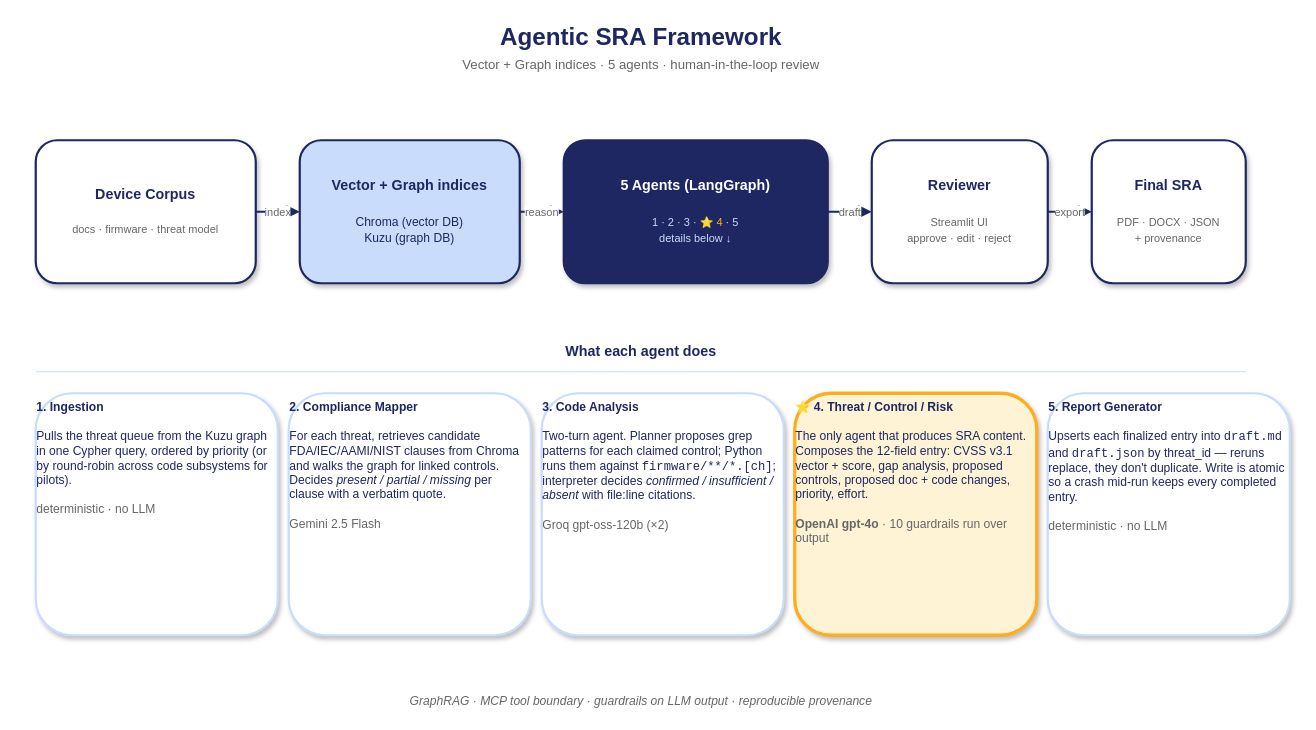
Above: docs/architecture_diagram.drawio in balajibankapur/agentic-sra-framework (draw.io), before the change. Source tidied: cells renumbered, new cells numbered last; positions are measured from the earlier drawing's top-left corner, leaving out a move shared by most shapes. Both pictures are drawn from the tidied source at 110%, with x=0, y=0 at pixel (35, 19).
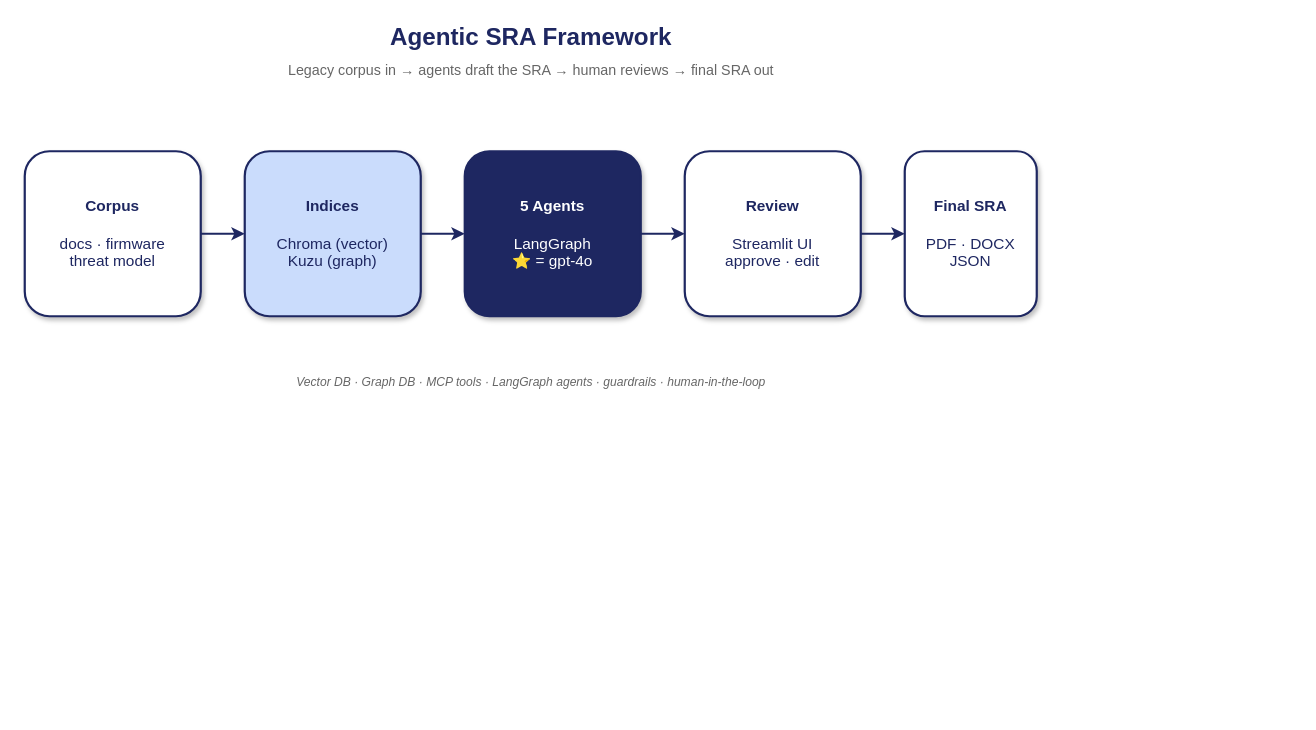
The same diagram, later.

What changed in the source:
```diff
@@
     <mxCell id="2" value="Agentic SRA Framework" style="text;html=1;strokeColor=none;fillColor=none;align=center;verticalAlign=middle;fontSize=22;fontStyle=1;fontColor=#1E2761;" parent="1" vertex="1">
-      <mxGeometry x="150" width="800" height="34" as="geometry" />
+      <mxGeometry x="50" width="800" height="34" as="geometry" />
     </mxCell>
-    <mxCell id="3" value="Vector + Graph indices · 5 agents · human-in-the-loop review" style="text;html=1;strokeColor=none;fillColor=none;align=center;verticalAlign=middle;fontSize=12;fontColor=#666666;" parent="1" vertex="1">
-      <mxGeometry x="150" y="32" width="800" height="20" as="geometry" />
+    <mxCell id="3" value="Legacy corpus in  →  agents draft the SRA  →  human reviews  →  final SRA out" style="text;html=1;strokeColor=none;fillColor=none;align=center;verticalAlign=middle;fontSize=13;fontColor=#666;" parent="1" vertex="1">
+      <mxGeometry x="50" y="36" width="800" height="20" as="geometry" />
     </mxCell>
-    <mxCell id="4" value="&lt;b&gt;Device Corpus&lt;/b&gt;&lt;br/&gt;&lt;br/&gt;&lt;font style=&quot;font-size:10px;color:#666&quot;&gt;docs · firmware · threat model&lt;/font&gt;" style="rounded=1;whiteSpace=wrap;html=1;fillColor=#FFFFFF;strokeColor=#1E2761;strokeWidth=2;fontColor=#1E2761;fontSize=13;verticalAlign=middle;shadow=1;" parent="1" vertex="1">
-      <mxGeometry y="110" width="200" height="130" as="geometry" />
+    <mxCell id="4" value="&lt;b&gt;Corpus&lt;/b&gt;&lt;br/&gt;&lt;br/&gt;docs · firmware&lt;br/&gt;threat model" style="rounded=1;whiteSpace=wrap;html=1;fillColor=#FFFFFF;strokeColor=#1E2761;strokeWidth=2;fontColor=#1E2761;fontSize=14;verticalAlign=middle;shadow=1;" parent="1" vertex="1">
+      <mxGeometry x="-10" y="120" width="160" height="150" as="geometry" />
     </mxCell>
-    <mxCell id="5" value="&lt;b&gt;Vector + Graph indices&lt;/b&gt;&lt;br/&gt;&lt;br/&gt;&lt;font style=&quot;font-size:11px;color:#1E2761&quot;&gt;Chroma (vector DB)&lt;br/&gt;Kuzu (graph DB)&lt;/font&gt;" style="rounded=1;whiteSpace=wrap;html=1;fillColor=#CADCFC;strokeColor=#1E2761;strokeWidth=2;fontColor=#1E2761;fontSize=13;verticalAlign=middle;shadow=1;" parent="1" vertex="1">
-      <mxGeometry x="240" y="110" width="200" height="130" as="geometry" />
+    <mxCell id="5" value="&lt;b&gt;Indices&lt;/b&gt;&lt;br/&gt;&lt;br/&gt;Chroma (vector)&lt;br/&gt;Kuzu (graph)" style="rounded=1;whiteSpace=wrap;html=1;fillColor=#CADCFC;strokeColor=#1E2761;strokeWidth=2;fontColor=#1E2761;fontSize=14;verticalAlign=middle;shadow=1;" parent="1" vertex="1">
+      <mxGeometry x="190" y="120" width="160" height="150" as="geometry" />
     </mxCell>
-    <mxCell id="6" value="&lt;b&gt;5 Agents (LangGraph)&lt;/b&gt;&lt;br/&gt;&lt;br/&gt;&lt;font style=&quot;font-size:10px;color:#CADCFC&quot;&gt;1 · 2 · 3 · &lt;font color=&quot;#FFAD1F&quot;&gt;⭐ 4&lt;/font&gt; · 5&lt;br/&gt;details below ↓&lt;/font&gt;" style="rounded=1;whiteSpace=wrap;html=1;fillColor=#1E2761;strokeColor=#1E2761;strokeWidth=2;fontColor=#FFFFFF;fontSize=13;verticalAlign=middle;shadow=1;" parent="1" vertex="1">
-      <mxGeometry x="480" y="110" width="240" height="130" as="geometry" />
+    <mxCell id="6" value="&lt;b&gt;5 Agents&lt;/b&gt;&lt;br/&gt;&lt;br/&gt;LangGraph&lt;br/&gt;⭐ = gpt-4o" style="rounded=1;whiteSpace=wrap;html=1;fillColor=#1E2761;strokeColor=#1E2761;strokeWidth=2;fontColor=#FFFFFF;fontSize=14;verticalAlign=middle;shadow=1;" parent="1" vertex="1">
+      <mxGeometry x="390" y="120" width="160" height="150" as="geometry" />
     </mxCell>
-    <mxCell id="7" value="&lt;b&gt;Reviewer&lt;/b&gt;&lt;br/&gt;&lt;br/&gt;&lt;font style=&quot;font-size:10px;color:#666&quot;&gt;Streamlit UI&lt;br/&gt;approve · edit · reject&lt;/font&gt;" style="rounded=1;whiteSpace=wrap;html=1;fillColor=#FFFFFF;strokeColor=#1E2761;strokeWidth=2;fontColor=#1E2761;fontSize=13;verticalAlign=middle;shadow=1;" parent="1" vertex="1">
-      <mxGeometry x="760" y="110" width="160" height="130" as="geometry" />
+    <mxCell id="7" value="&lt;b&gt;Review&lt;/b&gt;&lt;br/&gt;&lt;br/&gt;Streamlit UI&lt;br/&gt;approve · edit" style="rounded=1;whiteSpace=wrap;html=1;fillColor=#FFFFFF;strokeColor=#1E2761;strokeWidth=2;fontColor=#1E2761;fontSize=14;verticalAlign=middle;shadow=1;" parent="1" vertex="1">
+      <mxGeometry x="590" y="120" width="160" height="150" as="geometry" />
     </mxCell>
-    <mxCell id="8" value="&lt;b&gt;Final SRA&lt;/b&gt;&lt;br/&gt;&lt;br/&gt;&lt;font style=&quot;font-size:10px;color:#666&quot;&gt;PDF · DOCX · JSON&lt;br/&gt;+ provenance&lt;/font&gt;" style="rounded=1;whiteSpace=wrap;html=1;fillColor=#FFFFFF;strokeColor=#1E2761;strokeWidth=2;fontColor=#1E2761;fontSize=13;verticalAlign=middle;shadow=1;" parent="1" vertex="1">
-      <mxGeometry x="960" y="110" width="140" height="130" as="geometry" />
+    <mxCell id="8" value="&lt;b&gt;Final SRA&lt;/b&gt;&lt;br/&gt;&lt;br/&gt;PDF · DOCX&lt;br/&gt;JSON" style="rounded=1;whiteSpace=wrap;html=1;fillColor=#FFFFFF;strokeColor=#1E2761;strokeWidth=2;fontColor=#1E2761;fontSize=14;verticalAlign=middle;shadow=1;" parent="1" vertex="1">
+      <mxGeometry x="790" y="120" width="120" height="150" as="geometry" />
     </mxCell>
-    <mxCell id="9" value="index" style="edgeStyle=none;html=1;endArrow=classic;endFill=1;strokeColor=#1E2761;strokeWidth=2;fontSize=10;fontColor=#666;labelBackgroundColor=#FFFFFF;exitX=1;exitY=0.5;entryX=0;entryY=0.5;" parent="1" edge="1" source="4" target="5">
+    <mxCell id="9" style="edgeStyle=none;html=1;endArrow=classic;endFill=1;strokeColor=#1E2761;strokeWidth=2;exitX=1;exitY=0.5;entryX=0;entryY=0.5;" parent="1" edge="1" source="4" target="5">
       <mxGeometry relative="1" as="geometry" />
     </mxCell>
-    <mxCell id="10" value="reason" style="edgeStyle=none;html=1;endArrow=classic;endFill=1;strokeColor=#1E2761;strokeWidth=2;fontSize=10;fontColor=#666;labelBackgroundColor=#FFFFFF;exitX=1;exitY=0.5;entryX=0;entryY=0.5;" parent="1" edge="1" source="5" target="6">
+    <mxCell id="10" style="edgeStyle=none;html=1;endArrow=classic;endFill=1;strokeColor=#1E2761;strokeWidth=2;exitX=1;exitY=0.5;entryX=0;entryY=0.5;" parent="1" edge="1" source="5" target="6">
       <mxGeometry relative="1" as="geometry" />
     </mxCell>
-    <mxCell id="11" value="draft" style="edgeStyle=none;html=1;endArrow=classic;endFill=1;strokeColor=#1E2761;strokeWidth=2;fontSize=10;fontColor=#666;labelBackgroundColor=#FFFFFF;exitX=1;exitY=0.5;entryX=0;entryY=0.5;" parent="1" edge="1" source="6" target="7">
+    <mxCell id="11" style="edgeStyle=none;html=1;endArrow=classic;endFill=1;strokeColor=#1E2761;strokeWidth=2;exitX=1;exitY=0.5;entryX=0;entryY=0.5;" parent="1" edge="1" source="6" target="7">
       <mxGeometry relative="1" as="geometry" />
     </mxCell>
-    <mxCell id="12" value="export" style="edgeStyle=none;html=1;endArrow=classic;endFill=1;strokeColor=#1E2761;strokeWidth=2;fontSize=10;fontColor=#666;labelBackgroundColor=#FFFFFF;exitX=1;exitY=0.5;entryX=0;entryY=0.5;" parent="1" edge="1" source="7" target="8">
+    <mxCell id="12" style="edgeStyle=none;html=1;endArrow=classic;endFill=1;strokeColor=#1E2761;strokeWidth=2;exitX=1;exitY=0.5;entryX=0;entryY=0.5;" parent="1" edge="1" source="7" target="8">
       <mxGeometry relative="1" as="geometry" />
     </mxCell>
-    <mxCell id="13" value="What each agent does" style="text;html=1;strokeColor=none;fillColor=none;align=center;verticalAlign=middle;fontSize=13;fontStyle=1;fontColor=#1E2761;letterSpacing=2;" parent="1" vertex="1">
-      <mxGeometry x="150" y="290" width="800" height="24" as="geometry" />
-    </mxCell>
-    <mxCell id="14" style="line;strokeColor=#CADCFC;strokeWidth=1;" parent="1" vertex="1">
-      <mxGeometry y="320" width="1100" height="1" as="geometry" />
-    </mxCell>
-    <mxCell id="15" value="&lt;div align=&quot;left&quot;&gt;&lt;b&gt;1. Ingestion&lt;/b&gt;&lt;br/&gt;&lt;br/&gt;Pulls the threat queue from the Kuzu graph in one Cypher query, ordered by priority (or by round-robin across code subsystems for pilots).&lt;br/&gt;&lt;br/&gt;&lt;font color=&quot;#666&quot;&gt;deterministic · no LLM&lt;/font&gt;&lt;/div&gt;" style="rounded=1;whiteSpace=wrap;html=1;fillColor=#FFFFFF;strokeColor=#CADCFC;strokeWidth=2;fontColor=#1E2761;fontSize=11;verticalAlign=top;shadow=1;" parent="1" vertex="1">
-      <mxGeometry y="340" width="220" height="220" as="geometry" />
-    </mxCell>
-    <mxCell id="16" value="&lt;div align=&quot;left&quot;&gt;&lt;b&gt;2. Compliance Mapper&lt;/b&gt;&lt;br/&gt;&lt;br/&gt;For each threat, retrieves candidate FDA/IEC/AAMI/NIST clauses from Chroma and walks the graph for linked controls. Decides &lt;i&gt;present / partial / missing&lt;/i&gt; per clause with a verbatim quote.&lt;br/&gt;&lt;br/&gt;&lt;font color=&quot;#666&quot;&gt;Gemini 2.5 Flash&lt;/font&gt;&lt;/div&gt;" style="rounded=1;whiteSpace=wrap;html=1;fillColor=#FFFFFF;strokeColor=#CADCFC;strokeWidth=2;fontColor=#1E2761;fontSize=11;verticalAlign=top;shadow=1;" parent="1" vertex="1">
-      <mxGeometry x="230" y="340" width="220" height="220" as="geometry" />
-    </mxCell>
-    <mxCell id="17" value="&lt;div align=&quot;left&quot;&gt;&lt;b&gt;3. Code Analysis&lt;/b&gt;&lt;br/&gt;&lt;br/&gt;Two-turn agent. Planner proposes grep patterns for each claimed control; Python runs them against &lt;font face=&quot;Courier New&quot;&gt;firmware/**/*.[ch]&lt;/font&gt;; interpreter decides &lt;i&gt;confirmed / insufficient / absent&lt;/i&gt; with file:line citations.&lt;br/&gt;&lt;br/&gt;&lt;font color=&quot;#666&quot;&gt;Groq gpt-oss-120b (×2)&lt;/font&gt;&lt;/div&gt;" style="rounded=1;whiteSpace=wrap;html=1;fillColor=#FFFFFF;strokeColor=#CADCFC;strokeWidth=2;fontColor=#1E2761;fontSize=11;verticalAlign=top;shadow=1;" parent="1" vertex="1">
-      <mxGeometry x="460" y="340" width="220" height="220" as="geometry" />
-    </mxCell>
-    <mxCell id="18" value="&lt;div align=&quot;left&quot;&gt;&lt;b&gt;⭐ 4. Threat / Control / Risk&lt;/b&gt;&lt;br/&gt;&lt;br/&gt;The only agent that produces SRA content. Composes the 12-field entry: CVSS v3.1 vector + score, gap analysis, proposed controls, proposed doc + code changes, priority, effort.&lt;br/&gt;&lt;br/&gt;&lt;font color=&quot;#666&quot;&gt;&lt;b&gt;OpenAI gpt-4o&lt;/b&gt; · 10 guardrails run over output&lt;/font&gt;&lt;/div&gt;" style="rounded=1;whiteSpace=wrap;html=1;fillColor=#FFF3D6;strokeColor=#FFAD1F;strokeWidth=3;fontColor=#1E2761;fontSize=11;verticalAlign=top;shadow=1;" parent="1" vertex="1">
-      <mxGeometry x="690" y="340" width="220" height="220" as="geometry" />
-    </mxCell>
-    <mxCell id="19" value="&lt;div align=&quot;left&quot;&gt;&lt;b&gt;5. Report Generator&lt;/b&gt;&lt;br/&gt;&lt;br/&gt;Upserts each finalized entry into &lt;font face=&quot;Courier New&quot;&gt;draft.md&lt;/font&gt; and &lt;font face=&quot;Courier New&quot;&gt;draft.json&lt;/font&gt; by threat_id — reruns replace, they don't duplicate. Write is atomic so a crash mid-run keeps every completed entry.&lt;br/&gt;&lt;br/&gt;&lt;font color=&quot;#666&quot;&gt;deterministic · no LLM&lt;/font&gt;&lt;/div&gt;" style="rounded=1;whiteSpace=wrap;html=1;fillColor=#FFFFFF;strokeColor=#CADCFC;strokeWidth=2;fontColor=#1E2761;fontSize=11;verticalAlign=top;shadow=1;" parent="1" vertex="1">
-      <mxGeometry x="920" y="340" width="220" height="220" as="geometry" />
-    </mxCell>
-    <mxCell id="20" value="GraphRAG · MCP tool boundary · guardrails on LLM output · reproducible provenance" style="text;html=1;strokeColor=none;fillColor=none;align=center;verticalAlign=middle;fontSize=11;fontStyle=2;fontColor=#666666;" parent="1" vertex="1">
-      <mxGeometry x="50" y="610" width="1000" height="20" as="geometry" />
-    </mxCell>
+    <mxCell id="21" value="Vector DB · Graph DB · MCP tools · LangGraph agents · guardrails · human-in-the-loop" style="text;html=1;strokeColor=none;fillColor=none;align=center;verticalAlign=middle;fontSize=11;fontStyle=2;fontColor=#666;" parent="1" vertex="1">
+      <mxGeometry x="50" y="320" width="800" height="20" as="geometry" />
+    </mxCell>
```
